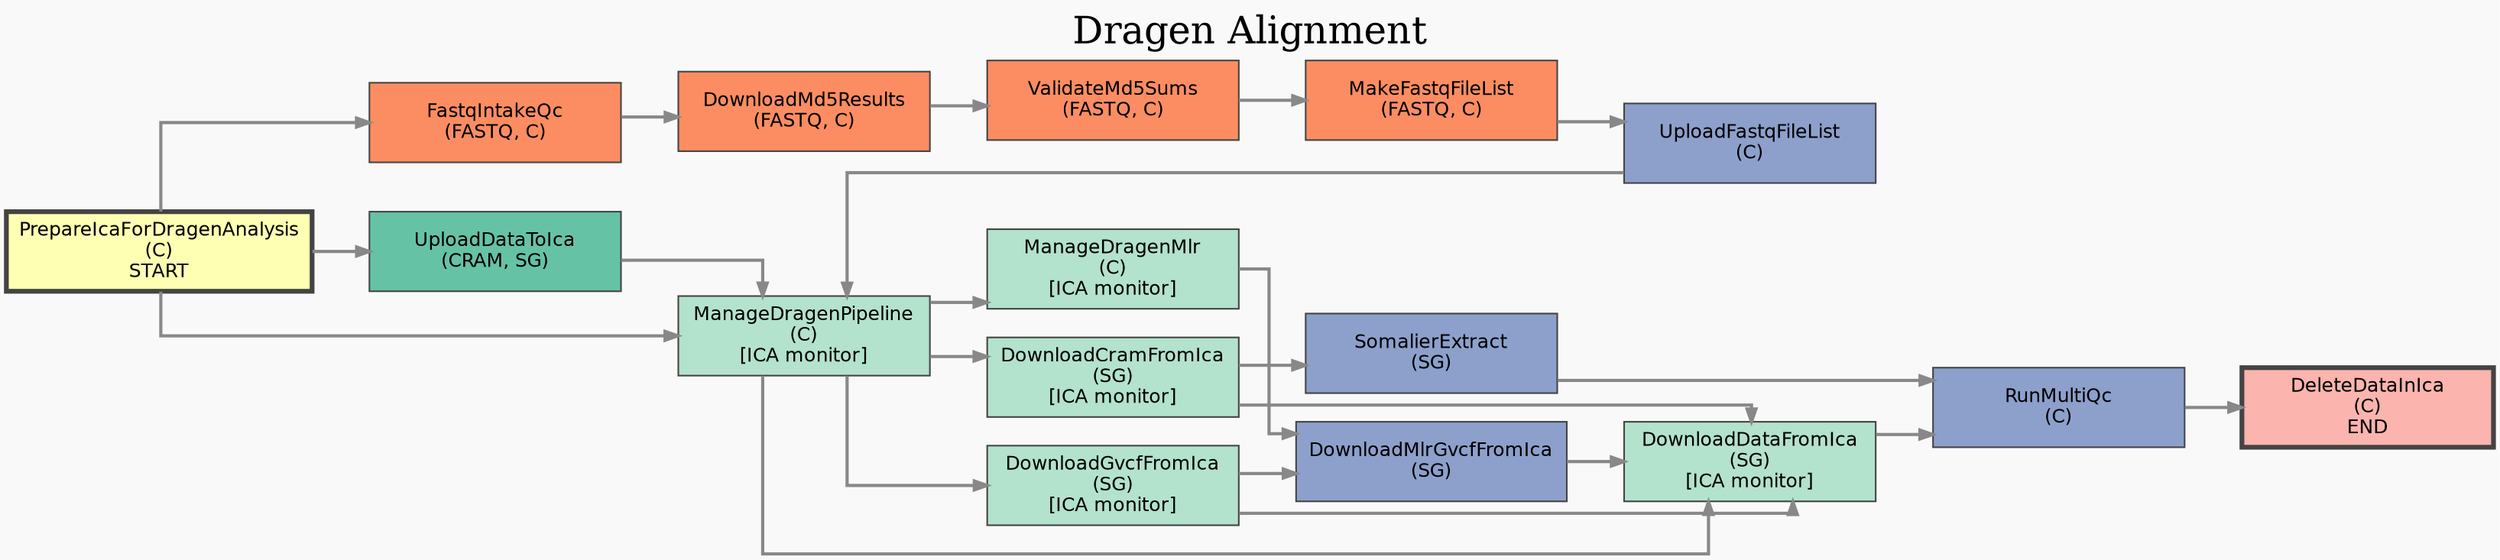
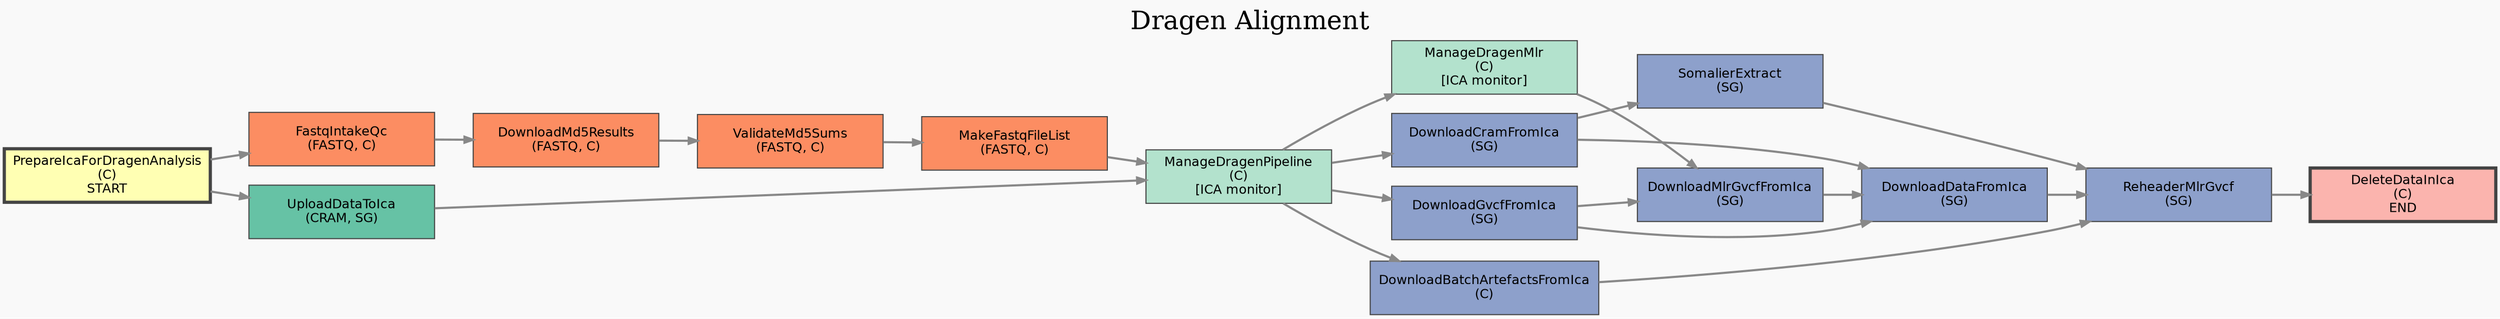
digraph DragenAlignPAWorkflow {
    label="Dragen Alignment";
    labelloc=top;
    fontsize=24;
    rankdir=LR;
-     splines=ortho;
    ordering=out;
    bgcolor="#f9f9f9";
-     node [shape=box, style=filled, fontname="Helvetica", fontsize=12, color="#444444", width=2.2, height=0.7];
+     node [shape=box, style=filled, fontname="Helvetica", fontsize=12, color="#444444", width=2.4, height=0.7];
    edge [color="#888888", penwidth=2, arrowsize=0.8];

-     // ColorBrewer Set2 palette (colorblind friendly)
-     // CRAM: #66c2a5 (green)
-     // FASTQ: #fc8d62 (orange)
-     // Other: #8da0cb (blue)
+     // ColorBrewer palette (colorblind friendly)
+     // CRAM input:   #66c2a5 (green)
+     // FASTQ input:  #fc8d62 (orange)
+     // ICA monitor:  #b3e2cd (light green)
+     // Other (SG/C): #8da0cb (blue)
+     // START:        #ffffb3 (yellow)
+     // END:          #fbb4ae (red)

-     // CRAM-related stages (SG, pre-pipeline)
-     UploadDataToIca        [fillcolor="#66c2a5", label="UploadDataToIca\n(CRAM, SG)"];
+     PrepareIcaForDragenAnalysis [fillcolor="#ffffb3", style="filled,bold", penwidth=3, label="PrepareIcaForDragenAnalysis\n(C)\nSTART"];

-     // FASTQ-related stages (C, pre-pipeline)
+     // FASTQ input branch (cohort-level)
    FastqIntakeQc          [fillcolor="#fc8d62", label="FastqIntakeQc\n(FASTQ, C)"];
    DownloadMd5Results     [fillcolor="#fc8d62", label="DownloadMd5Results\n(FASTQ, C)"];
    ValidateMd5Sums        [fillcolor="#fc8d62", label="ValidateMd5Sums\n(FASTQ, C)"];
    MakeFastqFileList      [fillcolor="#fc8d62", label="MakeFastqFileList\n(FASTQ, C)"];
-     UploadFastqFileList    [fillcolor="#8da0cb", label="UploadFastqFileList\n(C)"];

-     // Other stages (post-pipeline, no CRAM/FASTQ label)
-     DownloadMlrGvcfFromIca [fillcolor="#8da0cb", label="DownloadMlrGvcfFromIca\n(SG)"];
-     PrepareIcaForDragenAnalysis [fillcolor="#ffffb3", style="filled,bold", penwidth=3, label="PrepareIcaForDragenAnalysis\n(C)\nSTART"];
-     ManageDragenPipeline        [fillcolor="#b3e2cd", label="ManageDragenPipeline\n(C)\n[ICA monitor]"];
-     ManageDragenMlr             [fillcolor="#b3e2cd", label="ManageDragenMlr\n(C)\n[ICA monitor]"];
-     DownloadCramFromIca         [fillcolor="#b3e2cd", label="DownloadCramFromIca\n(SG)\n[ICA monitor]"];
-     DownloadGvcfFromIca         [fillcolor="#b3e2cd", label="DownloadGvcfFromIca\n(SG)\n[ICA monitor]"];
-     DownloadDataFromIca         [fillcolor="#b3e2cd", label="DownloadDataFromIca\n(SG)\n[ICA monitor]"];
-     SomalierExtract             [fillcolor="#8da0cb", label="SomalierExtract\n(SG)"];
-     RunMultiQc                  [fillcolor="#8da0cb", label="RunMultiQc\n(C)"];
-     DeleteDataInIca             [fillcolor="#fbb4ae", style="filled,bold", penwidth=3, label="DeleteDataInIca\n(C)\nEND"];
+     // CRAM input branch (per sequencing group)
+     UploadDataToIca        [fillcolor="#66c2a5", label="UploadDataToIca\n(CRAM, SG)"];

-     // Strict left-to-right ordering for minimal edge crossing
-     {rank=same; PrepareIcaForDragenAnalysis;}
+     // DRAGEN pipeline + monitoring
+     ManageDragenPipeline   [fillcolor="#b3e2cd", label="ManageDragenPipeline\n(C)\n[ICA monitor]"];
+     ManageDragenMlr        [fillcolor="#b3e2cd", label="ManageDragenMlr\n(C)\n[ICA monitor]"];
+ 
+     // Output download stages
+     DownloadCramFromIca          [fillcolor="#8da0cb", label="DownloadCramFromIca\n(SG)"];
+     DownloadGvcfFromIca          [fillcolor="#8da0cb", label="DownloadGvcfFromIca\n(SG)"];
+     DownloadMlrGvcfFromIca       [fillcolor="#8da0cb", label="DownloadMlrGvcfFromIca\n(SG)"];
+     DownloadDataFromIca          [fillcolor="#8da0cb", label="DownloadDataFromIca\n(SG)"];
+     DownloadBatchArtefactsFromIca [fillcolor="#8da0cb", label="DownloadBatchArtefactsFromIca\n(C)"];
+ 
+     // Post-processing
+     SomalierExtract        [fillcolor="#8da0cb", label="SomalierExtract\n(SG)"];
+     ReheaderMlrGvcf        [fillcolor="#8da0cb", label="ReheaderMlrGvcf\n(SG)"];
+ 
+     DeleteDataInIca        [fillcolor="#fbb4ae", style="filled,bold", penwidth=3, label="DeleteDataInIca\n(C)\nEND"];
+ 
+     // Layered left-to-right ordering
    {rank=same; FastqIntakeQc; UploadDataToIca;}
-     {rank=same; DownloadMd5Results;}
-     {rank=same; ValidateMd5Sums;}
-     {rank=same; DownloadCramFromIca; DownloadGvcfFromIca; ManageDragenMlr}
-     {rank=same; MakeFastqFileList; DownloadMlrGvcfFromIca;}
-     {rank=same; UploadFastqFileList;}
-     {rank=same; ManageDragenPipeline;}
-     {rank=same; DownloadDataFromIca;}
-     {rank=same; SomalierExtract;}
-     {rank=same; RunMultiQc;}
-     {rank=same; DeleteDataInIca;}
+     {rank=same; DownloadCramFromIca; DownloadGvcfFromIca; ManageDragenMlr; DownloadBatchArtefactsFromIca;}
+     {rank=same; SomalierExtract; DownloadMlrGvcfFromIca;}

-     // Edges (dependencies)
+     // General flow (data dependencies; ordering-only edges omitted for clarity)
    PrepareIcaForDragenAnalysis -> FastqIntakeQc;
    PrepareIcaForDragenAnalysis -> UploadDataToIca;
-     FastqIntakeQc -> DownloadMd5Results;
-     DownloadMd5Results -> ValidateMd5Sums;
-     ValidateMd5Sums -> MakeFastqFileList;
-     MakeFastqFileList -> UploadFastqFileList;
-     PrepareIcaForDragenAnalysis -> ManageDragenPipeline;
-     UploadDataToIca -> ManageDragenPipeline;
-     UploadFastqFileList -> ManageDragenPipeline;
+ 
+     FastqIntakeQc -> DownloadMd5Results -> ValidateMd5Sums -> MakeFastqFileList;
+ 
+     MakeFastqFileList -> ManageDragenPipeline;
+     UploadDataToIca  -> ManageDragenPipeline;
+ 
    ManageDragenPipeline -> ManageDragenMlr;
    ManageDragenPipeline -> DownloadCramFromIca;
    ManageDragenPipeline -> DownloadGvcfFromIca;
+     ManageDragenPipeline -> DownloadBatchArtefactsFromIca;
+ 
    DownloadGvcfFromIca -> DownloadMlrGvcfFromIca;
-     ManageDragenMlr -> DownloadMlrGvcfFromIca;
-     ManageDragenPipeline -> DownloadDataFromIca;
-     DownloadCramFromIca -> DownloadDataFromIca;
-     DownloadGvcfFromIca -> DownloadDataFromIca;
+     ManageDragenMlr     -> DownloadMlrGvcfFromIca;
+ 
+     DownloadCramFromIca    -> SomalierExtract;
+     DownloadCramFromIca    -> DownloadDataFromIca;
+     DownloadGvcfFromIca    -> DownloadDataFromIca;
    DownloadMlrGvcfFromIca -> DownloadDataFromIca;
-     DownloadCramFromIca -> SomalierExtract;
-     DownloadDataFromIca -> RunMultiQc;
-     SomalierExtract -> RunMultiQc;
-     RunMultiQc -> DeleteDataInIca;
+ 
+     DownloadDataFromIca           -> ReheaderMlrGvcf;
+     SomalierExtract               -> ReheaderMlrGvcf;
+     DownloadBatchArtefactsFromIca -> ReheaderMlrGvcf;
+ 
+     ReheaderMlrGvcf -> DeleteDataInIca;
}
